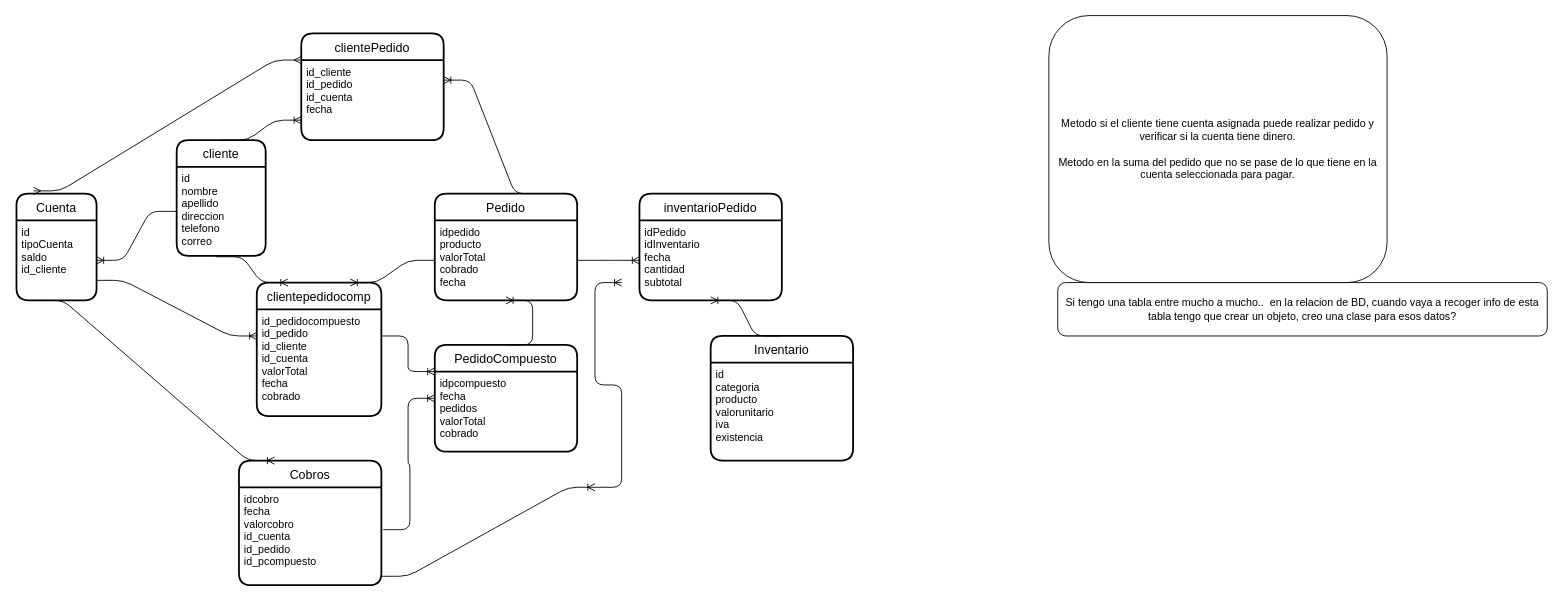
Earlier version of the draw.io diagram page "Page-3" (3 of 3) of Untitled Diagram.drawio (alejos17/MinTic2022-Ciclo2). Source tidied: cells renumbered, new cells numbered last; positions are measured from the earlier drawing's top-left corner, leaving out a move shared by most shapes. Both pictures are drawn from the tidied source at 89%, with x=0, y=0 at pixel (16, 15).
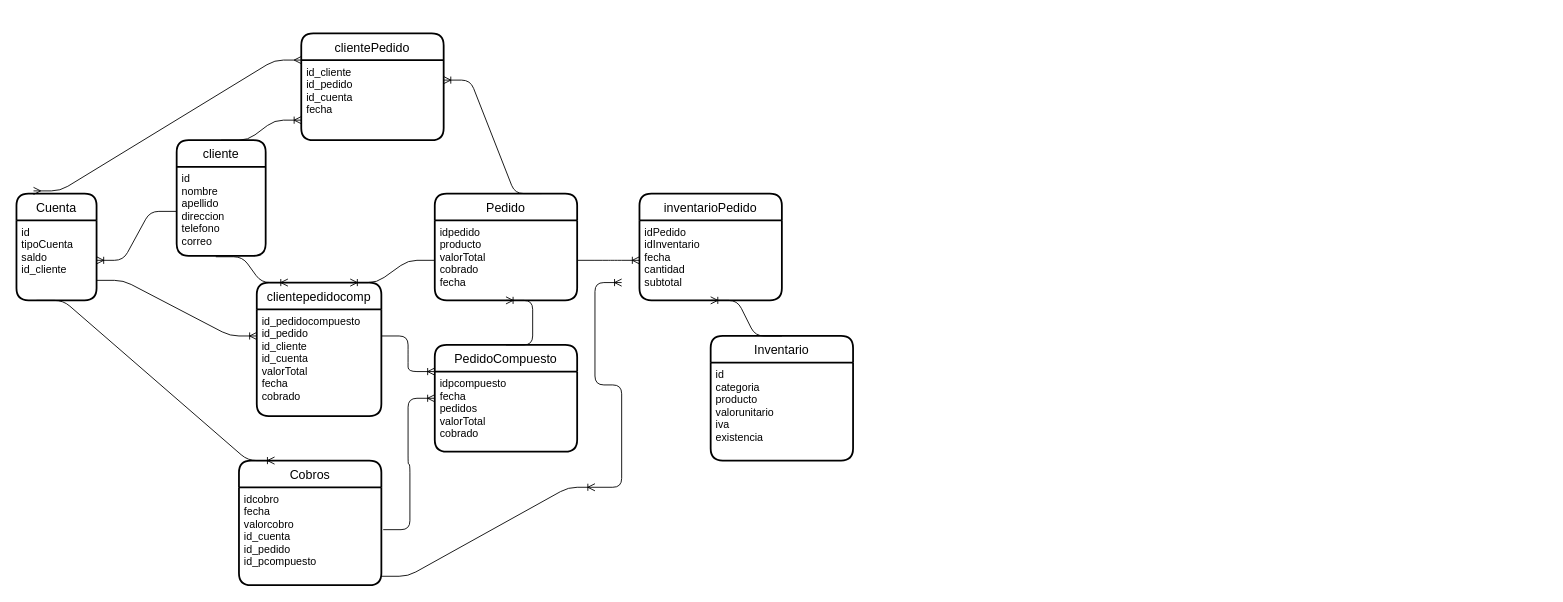
Above is the later version.

What changed in the source:
```diff
@@
-    <mxCell id="25" value="Si tengo una tabla entre mucho a mucho..&amp;nbsp; en la relacion de BD, cuando vaya a recoger info de esta tabla tengo que crear un objeto, creo una clase para esos datos?" style="rounded=1;whiteSpace=wrap;html=1;" parent="1" vertex="1">
-      <mxGeometry x="1170" y="300" width="550" height="60" as="geometry" />
-    </mxCell>
-    <mxCell id="26" value="&lt;div&gt;Metodo si el cliente tiene cuenta asignada puede realizar pedido y verificar si la cuenta tiene dinero.&lt;/div&gt;&lt;div&gt;&lt;br&gt;&lt;/div&gt;&lt;div&gt;Metodo en la suma del pedido que no se pase de lo que tiene en la cuenta seleccionada para pagar.&lt;br&gt;&lt;/div&gt;" style="rounded=1;whiteSpace=wrap;html=1;" parent="1" vertex="1">
-      <mxGeometry x="1160" width="380" height="300" as="geometry" />
-    </mxCell>
```
